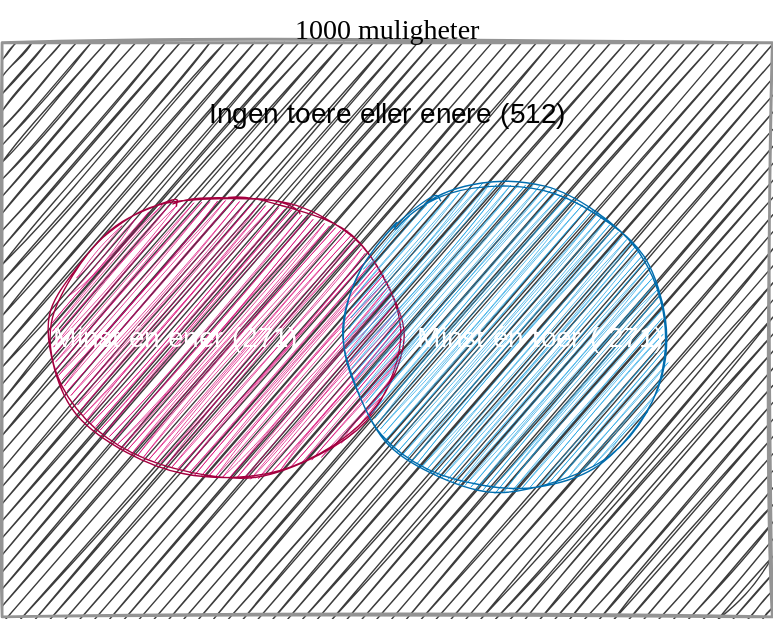
Andremartiny/MA-173 keeps this draw.io diagram as img/sannsyn/øvinglåser.svg. Above is the earlier version. Source tidied: cells renumbered, new cells last; positions are measured from the earlier drawing's top-left corner, leaving out a move shared by most shapes.
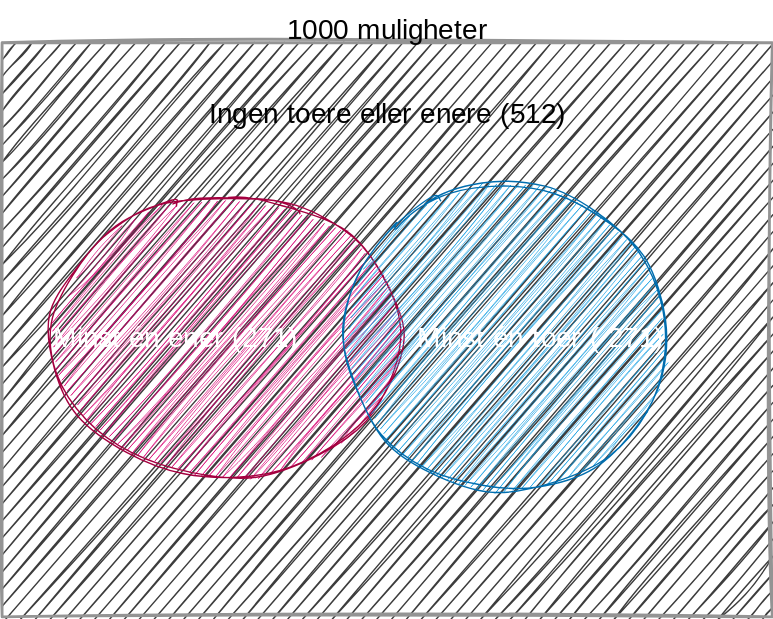
The same file after the commit.

Diff of the diagram source:
```diff
@@ -2,10 +2,10 @@
   <root>
     <mxCell id="0" />
     <mxCell id="1" parent="0" />
-    <mxCell id="2" style="whiteSpace=wrap;html=1;sketch=1;curveFitting=1;jiggle=2;fillColor=#3D3D3D;strokeColor=#949494;strokeWidth=2;" parent="1" vertex="1">
+    <mxCell id="2" style="whiteSpace=wrap;html=1;sketch=1;curveFitting=1;jiggle=2;fillColor=#3D3D3D;strokeColor=#949494;strokeWidth=2;fontFamily=Architects Daughter;fontSource=https%3A%2F%2Ffonts.googleapis.com%2Fcss%3Ffamily%3DArchitects%2BDaughter;" parent="1" vertex="1">
       <mxGeometry y="30" width="550" height="410" as="geometry" />
     </mxCell>
-    <mxCell id="3" value="&lt;font face=&quot;Handlee&quot;&gt;1000 muligheter&lt;/font&gt;" style="text;html=1;align=center;verticalAlign=middle;strokeColor=none;fillColor=none;fontSize=20;fontFamily=Architects Daughter;" parent="1" vertex="1">
+    <mxCell id="3" value="&lt;font&gt;1000 muligheter&lt;/font&gt;" style="text;html=1;align=center;verticalAlign=middle;strokeColor=none;fillColor=none;fontSize=20;fontFamily=Architects Daughter;fontSource=https%3A%2F%2Ffonts.googleapis.com%2Fcss%3Ffamily%3DArchitects%2BDaughter;" parent="1" vertex="1">
       <mxGeometry x="195" width="160" height="40" as="geometry" />
     </mxCell>
     <mxCell id="4" value="&amp;nbsp;Minst én ener (271)" style="ellipse;whiteSpace=wrap;html=1;sketch=1;hachureGap=4;jiggle=2;curveFitting=1;fontFamily=Architects Daughter;fontSource=https%3A%2F%2Ffonts.googleapis.com%2Fcss%3Ffamily%3DArchitects%2BDaughter;fontSize=20;fillStyle=hachure;fillColor=#d80073;fontColor=#ffffff;strokeColor=#A50040;align=left;" parent="1" vertex="1">
@@ -14,7 +14,7 @@
     <mxCell id="5" value="&lt;blockquote style=&quot;margin: 0 0 0 40px; border: none; padding: 0px;&quot;&gt;&lt;/blockquote&gt;&lt;span style=&quot;background-color: initial;&quot;&gt;Minst én toer (&lt;/span&gt;271)&amp;nbsp;" style="ellipse;whiteSpace=wrap;html=1;sketch=1;hachureGap=4;jiggle=2;curveFitting=1;fontFamily=Architects Daughter;fontSource=https%3A%2F%2Ffonts.googleapis.com%2Fcss%3Ffamily%3DArchitects%2BDaughter;fontSize=20;fillColor=#1ba1e2;fontColor=#ffffff;strokeColor=#006EAF;align=right;" parent="1" vertex="1">
       <mxGeometry x="245" y="130" width="230" height="220" as="geometry" />
     </mxCell>
-    <mxCell id="6" value="Ingen toere eller enere (512)" style="text;html=1;align=center;verticalAlign=middle;strokeColor=none;fillColor=none;fontSize=20;fontFamily=Architects Daughter;" parent="1" vertex="1">
+    <mxCell id="6" value="Ingen toere eller enere (512)" style="text;html=1;align=center;verticalAlign=middle;strokeColor=none;fillColor=none;fontSize=20;fontFamily=Architects Daughter;fontSource=https%3A%2F%2Ffonts.googleapis.com%2Fcss%3Ffamily%3DArchitects%2BDaughter;" parent="1" vertex="1">
       <mxGeometry x="130" y="60" width="290" height="40" as="geometry" />
     </mxCell>
   </root>
```
